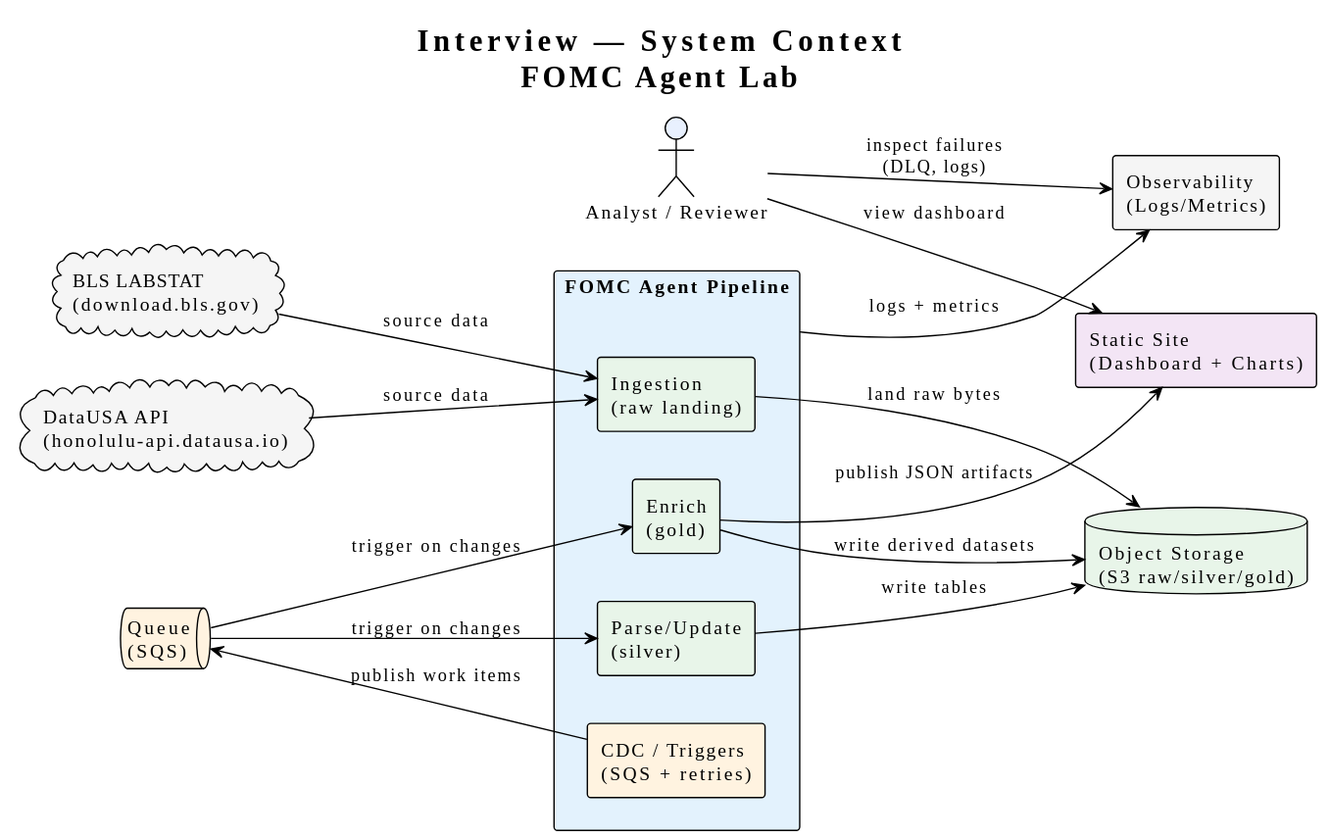
Above: site/diagrams/interview-c4-context.svg in TechR10n/fomc-agent (PlantUML), before the change.
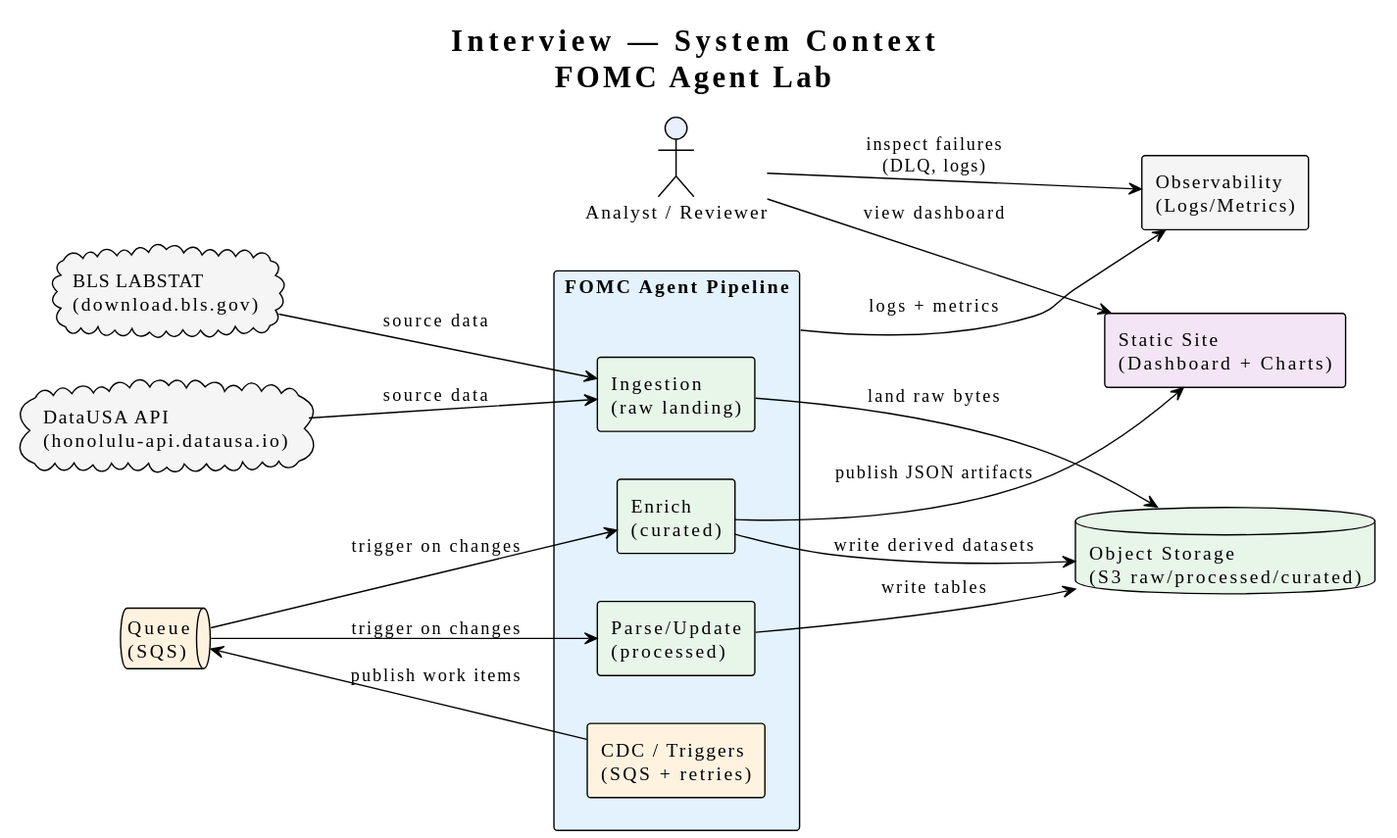
The same diagram one commit later.

Change to the diagram source:
```diff
@@ -9,12 +9,12 @@
 
 rectangle "FOMC Agent Pipeline" as System #E3F2FD {
   rectangle "Ingestion\n(raw landing)" as Ingest #E8F5E9
-  rectangle "Parse/Update\n(silver)" as Parse #E8F5E9
-  rectangle "Enrich\n(gold)" as Enrich #E8F5E9
+  rectangle "Parse/Update\n(processed)" as Parse #E8F5E9
+  rectangle "Enrich\n(curated)" as Enrich #E8F5E9
   rectangle "CDC / Triggers\n(SQS + retries)" as CDC #FFF3E0
 }
 
-database "Object Storage\n(S3 raw/silver/gold)" as S3 #E8F5E9
+database "Object Storage\n(S3 raw/processed/curated)" as S3 #E8F5E9
 queue "Queue\n(SQS)" as SQS #FFF3E0
 rectangle "Static Site\n(Dashboard + Charts)" as Site #F3E5F5
 rectangle "Observability\n(Logs/Metrics)" as Obs #F5F5F5
```
